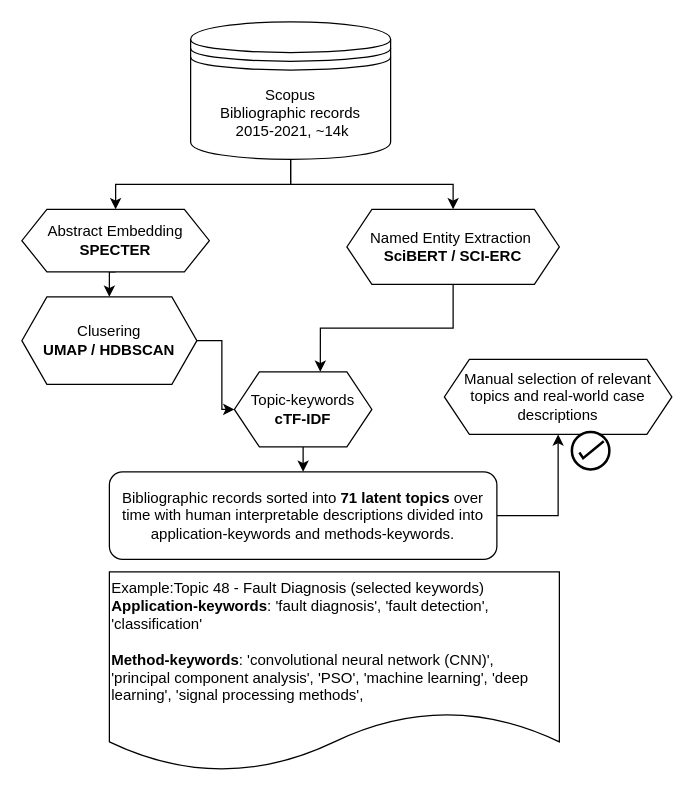
The draw.io diagram predictiv_manu.drawio in RJuro/drawio, before the edit. Source tidied: cells renumbered, new cells numbered last; positions are measured from the earlier drawing's top-left corner, leaving out a move shared by most shapes. Both pictures are drawn from the tidied source at 125%, with x=0, y=0 at pixel (21, 21).
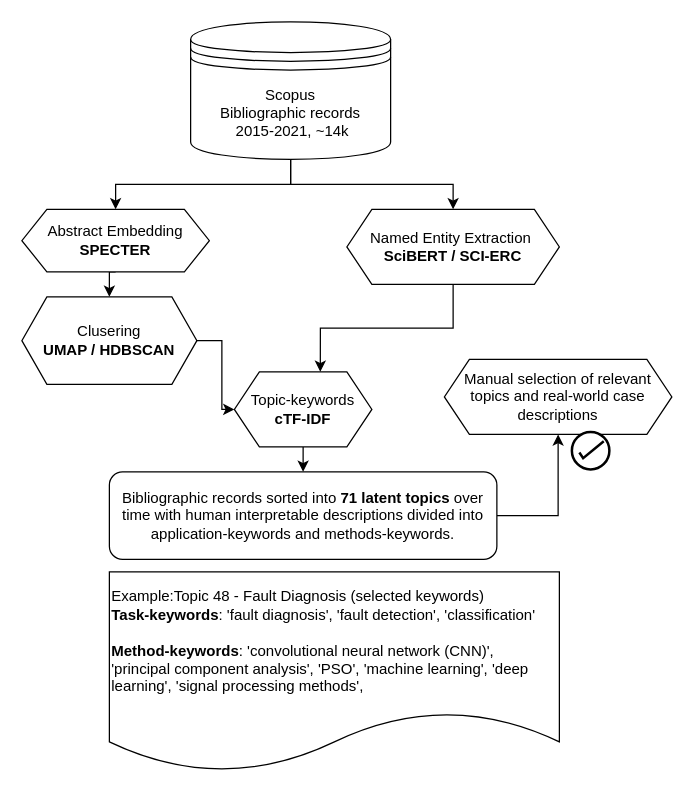
Above is the later version.

Diff of the diagram source:
```diff
@@
 <mxGraphModel>
   <root>
     <mxCell id="0" />
     <mxCell id="1" parent="0" />
     <mxCell id="2" style="edgeStyle=orthogonalEdgeStyle;rounded=0;jettySize=auto;html=1;exitX=0.5;exitY=1;exitDx=0;exitDy=0;entryX=0.5;entryY=0;entryDx=0;entryDy=0;" parent="1" edge="1" source="4" target="6">
       <mxGeometry relative="1" as="geometry" />
     </mxCell>
     <mxCell id="3" style="edgeStyle=orthogonalEdgeStyle;rounded=0;jettySize=auto;html=1;exitX=0.5;exitY=1;exitDx=0;exitDy=0;" parent="1" edge="1" source="4" target="8">
       <mxGeometry relative="1" as="geometry" />
     </mxCell>
     <mxCell id="4" value="Scopus&lt;br&gt;Bibliographic records&lt;br&gt;&amp;nbsp;2015-2021, ~14k" style="shape=datastore;whiteSpace=wrap;html=1;" parent="1" vertex="1">
       <mxGeometry x="135" width="160" height="110" as="geometry" />
     </mxCell>
     <mxCell id="5" style="edgeStyle=orthogonalEdgeStyle;rounded=0;jettySize=auto;html=1;exitX=0.5;exitY=1;exitDx=0;exitDy=0;entryX=0.5;entryY=0;entryDx=0;entryDy=0;" parent="1" edge="1" source="6" target="10">
       <mxGeometry relative="1" as="geometry" />
     </mxCell>
     <mxCell id="6" value="Abstract Embedding&lt;br&gt;&lt;b&gt;SPECTER&lt;/b&gt;" style="shape=hexagon;perimeter=hexagonPerimeter2;whiteSpace=wrap;html=1;fixedSize=1;" parent="1" vertex="1">
       <mxGeometry y="150" width="150" height="50" as="geometry" />
     </mxCell>
     <mxCell id="7" style="edgeStyle=orthogonalEdgeStyle;rounded=0;jettySize=auto;html=1;exitX=0.5;exitY=1;exitDx=0;exitDy=0;entryX=0.625;entryY=0;entryDx=0;entryDy=0;" parent="1" edge="1" source="8" target="12">
       <mxGeometry relative="1" as="geometry" />
     </mxCell>
     <mxCell id="8" value="Named Entity Extraction&amp;nbsp;&lt;br&gt;&lt;b&gt;SciBERT /&amp;nbsp;SCI-ERC&lt;/b&gt;" style="shape=hexagon;perimeter=hexagonPerimeter2;whiteSpace=wrap;html=1;fixedSize=1;" parent="1" vertex="1">
       <mxGeometry x="260" y="150" width="170" height="60" as="geometry" />
     </mxCell>
     <mxCell id="9" style="edgeStyle=orthogonalEdgeStyle;rounded=0;jettySize=auto;html=1;exitX=1;exitY=0.5;exitDx=0;exitDy=0;" parent="1" edge="1" source="10" target="12">
       <mxGeometry relative="1" as="geometry" />
     </mxCell>
     <mxCell id="10" value="Clusering&lt;br&gt;&lt;b&gt;UMAP / HDBSCAN&lt;/b&gt;" style="shape=hexagon;perimeter=hexagonPerimeter2;whiteSpace=wrap;html=1;fixedSize=1;" parent="1" vertex="1">
       <mxGeometry y="220" width="140" height="70" as="geometry" />
     </mxCell>
     <mxCell id="11" style="edgeStyle=orthogonalEdgeStyle;rounded=0;jettySize=auto;html=1;exitX=0.5;exitY=1;exitDx=0;exitDy=0;entryX=0.5;entryY=0;entryDx=0;entryDy=0;" parent="1" edge="1" source="12" target="14">
       <mxGeometry relative="1" as="geometry" />
     </mxCell>
     <mxCell id="12" value="Topic-keywords&lt;br&gt;&lt;b&gt;cTF-IDF&lt;/b&gt;" style="shape=hexagon;perimeter=hexagonPerimeter2;whiteSpace=wrap;html=1;fixedSize=1;" parent="1" vertex="1">
       <mxGeometry x="170" y="280" width="110" height="60" as="geometry" />
     </mxCell>
     <mxCell id="13" style="edgeStyle=orthogonalEdgeStyle;rounded=0;jettySize=auto;html=1;exitX=1;exitY=0.5;exitDx=0;exitDy=0;" parent="1" edge="1" source="14" target="15">
       <mxGeometry relative="1" as="geometry" />
     </mxCell>
     <mxCell id="14" value="Bibliographic records sorted into&lt;b&gt; 71 latent topics&lt;/b&gt; over time with human interpretable descriptions divided into application-keywords and methods-keywords." style="rounded=1;whiteSpace=wrap;html=1;" parent="1" vertex="1">
       <mxGeometry x="70" y="360" width="310" height="70" as="geometry" />
     </mxCell>
     <mxCell id="15" value="Manual selection of relevant topics and real-world case descriptions" style="shape=hexagon;perimeter=hexagonPerimeter2;whiteSpace=wrap;html=1;fixedSize=1;" parent="1" vertex="1">
       <mxGeometry x="338" y="270" width="182" height="60" as="geometry" />
     </mxCell>
     <mxCell id="16" style="html=1;verticalLabelPosition=bottom;align=center;labelBackgroundColor=#ffffff;verticalAlign=top;strokeWidth=2;strokeColor=#000000;shadow=0;dashed=0;shape=mxgraph.ios7.icons.select;" parent="1" vertex="1">
       <mxGeometry x="440" y="328" width="30" height="30" as="geometry" />
     </mxCell>
-    <mxCell id="17" value="Example:Topic 48 - Fault Diagnosis (selected keywords)&lt;br&gt;&lt;b&gt;Application-keywords&lt;/b&gt;:&amp;nbsp;'fault diagnosis', 'fault detection', 'classification'&lt;br&gt;&lt;br&gt;&lt;b&gt;Method-keywords&lt;/b&gt;: 'convolutional neural network (CNN)',&lt;br&gt;'principal component analysis', 'PSO', 'machine learning', 'deep learning', 'signal processing methods',&amp;nbsp;" style="shape=document;whiteSpace=wrap;html=1;boundedLbl=1;strokeColor=#000000;align=left;" parent="1" vertex="1">
+    <mxCell id="17" value="Example:Topic 48 - Fault Diagnosis (selected keywords)&lt;br&gt;&lt;b&gt;Task-keywords&lt;/b&gt;:&amp;nbsp;'fault diagnosis', 'fault detection', 'classification'&lt;br&gt;&lt;br&gt;&lt;b&gt;Method-keywords&lt;/b&gt;: 'convolutional neural network (CNN)',&lt;br&gt;'principal component analysis', 'PSO', 'machine learning', 'deep learning', 'signal processing methods',&amp;nbsp;" style="shape=document;whiteSpace=wrap;html=1;boundedLbl=1;strokeColor=#000000;align=left;" parent="1" vertex="1">
       <mxGeometry x="70" y="440" width="360" height="160" as="geometry" />
     </mxCell>
   </root>
 </mxGraphModel>
```
